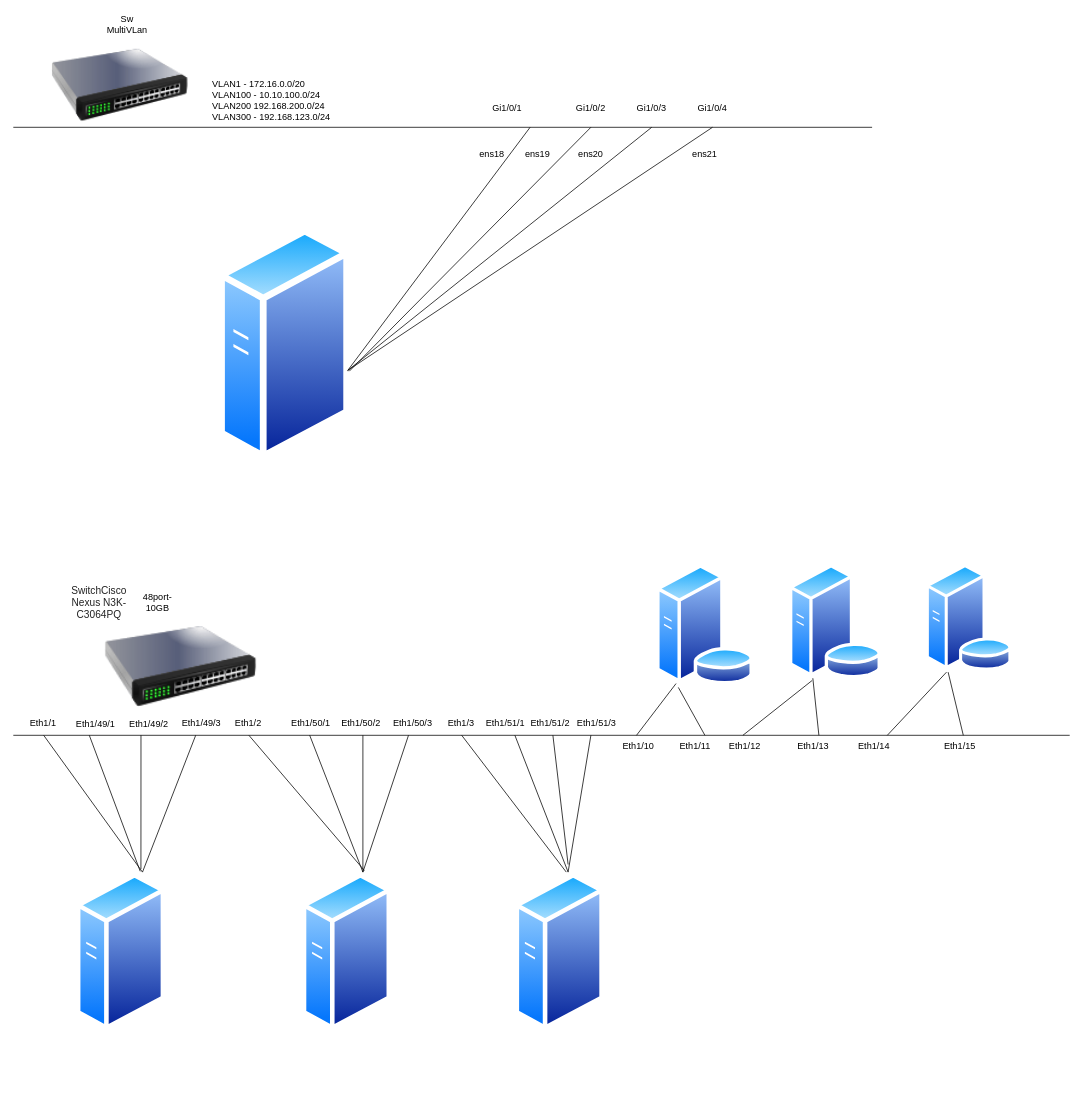
Earlier version of the draw.io diagram Ảo Hóa/KVM/KVM-Ubuntu22.04.drawio (tudv1989/THUCTAPNHANHOA2025-HATANG). Source tidied: cells renumbered, new cells numbered last; positions are measured from the earlier drawing's top-left corner, leaving out a move shared by most shapes. Both pictures are drawn from the tidied source at 76%, with x=0, y=0 at pixel (13, 13).
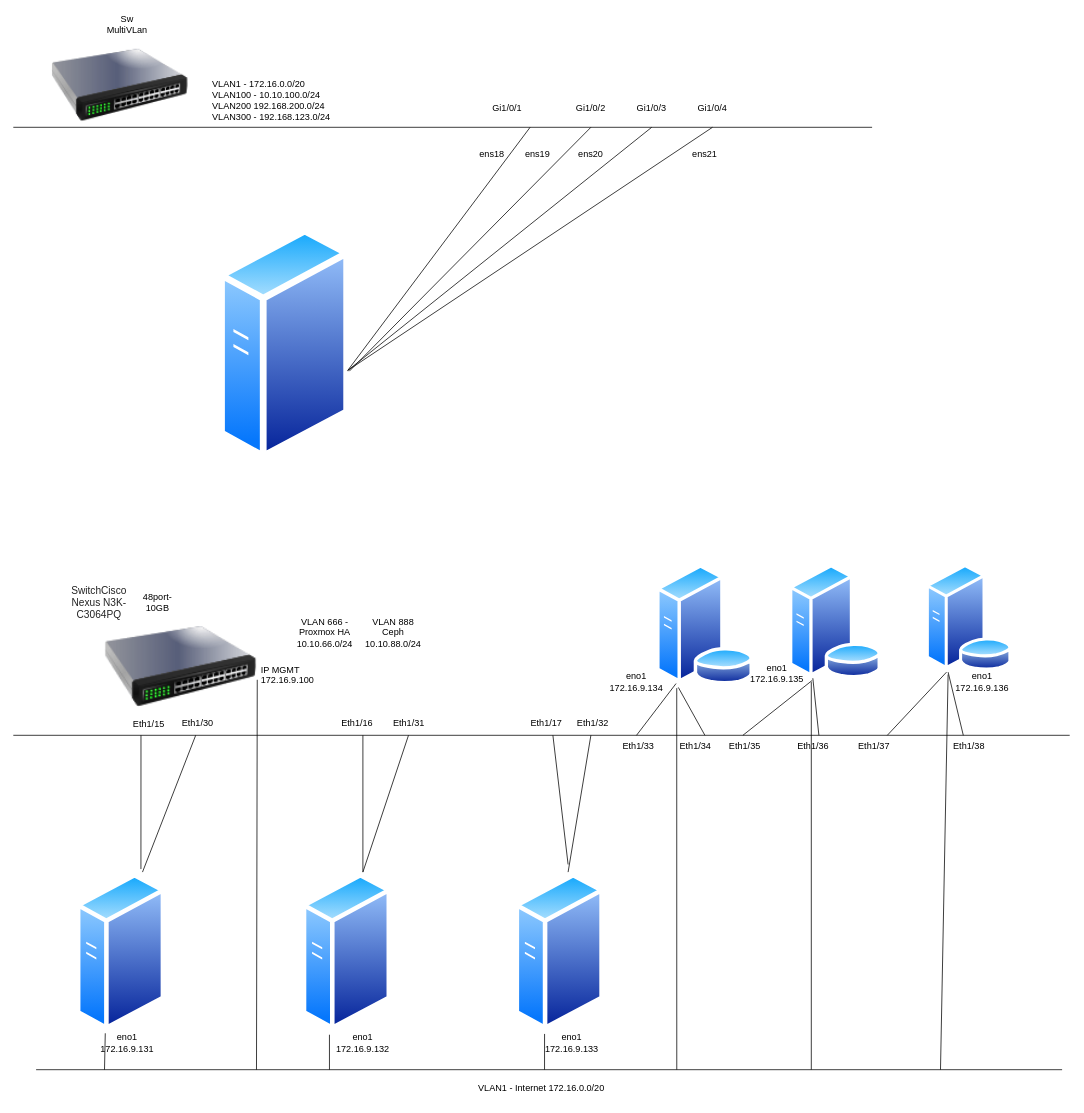
The same diagram, later.

The change refers to these unchanged cells:
```xml
<mxCell id="19" style="image;html=1;image=img/lib/clip_art/networking/Switch_128x128.png;" parent="1" vertex="1">
  <mxGeometry x="120" y="780" width="200" height="160" as="geometry" />
</mxCell>
<mxCell id="22" style="image;perimeter=ellipsePerimeter;html=1;align=center;shadow=0;dashed=0;spacingTop=3;image=img/lib/active_directory/generic_server.svg;" parent="1" vertex="1">
  <mxGeometry x="82.8" y="1130" width="117.6" height="210" as="geometry" />
</mxCell>
<mxCell id="23" style="image;perimeter=ellipsePerimeter;html=1;align=center;shadow=0;dashed=0;spacingTop=3;image=img/lib/active_directory/database_server.svg;" parent="1" vertex="1">
  <mxGeometry x="845" y="725" width="130" height="158.5" as="geometry" />
</mxCell>
<mxCell id="26" style="image;perimeter=ellipsePerimeter;html=1;align=center;shadow=0;dashed=0;spacingTop=3;image=img/lib/active_directory/generic_server.svg;" parent="1" vertex="1">
  <mxGeometry x="380" y="1130" width="117.6" height="210" as="geometry" />
</mxCell>
<mxCell id="27" style="image;perimeter=ellipsePerimeter;html=1;align=center;shadow=0;dashed=0;spacingTop=3;image=img/lib/active_directory/generic_server.svg;" parent="1" vertex="1">
  <mxGeometry x="660" y="1130" width="117.6" height="210" as="geometry" />
</mxCell>
```

Change to the diagram source:
```diff
@@
-    <mxCell id="34" style="endArrow=none;html=1;rounded=0;exitX=0.716;exitY=-0.005;exitDx=0;exitDy=0;exitPerimeter=0;" parent="1" edge="1" source="22">
-      <mxGeometry relative="1" as="geometry">
-        <mxPoint x="100" y="950" as="targetPoint" />
-      </mxGeometry>
-    </mxCell>
@@
-    <mxCell id="37" style="endArrow=none;html=1;rounded=0;entryX=0.741;entryY=0;entryDx=0;entryDy=0;entryPerimeter=0;" parent="1" edge="1" target="22">
-      <mxGeometry relative="1" as="geometry">
-        <mxPoint x="40" y="950" as="sourcePoint" />
-      </mxGeometry>
-    </mxCell>
-    <mxCell id="38" style="endArrow=none;html=1;rounded=0;exitX=0.697;exitY=-0.01;exitDx=0;exitDy=0;exitPerimeter=0;" parent="1" edge="1" source="26">
-      <mxGeometry relative="1" as="geometry">
-        <mxPoint x="310" y="950" as="targetPoint" />
-      </mxGeometry>
-    </mxCell>
-    <mxCell id="39" style="endArrow=none;html=1;rounded=0;" parent="1" edge="1">
-      <mxGeometry relative="1" as="geometry">
-        <mxPoint x="460" y="1130" as="sourcePoint" />
-        <mxPoint x="390" y="950" as="targetPoint" />
-      </mxGeometry>
-    </mxCell>
@@
-    <mxCell id="42" style="endArrow=none;html=1;rounded=0;exitX=0.575;exitY=0;exitDx=0;exitDy=0;exitPerimeter=0;" parent="1" edge="1" source="27">
-      <mxGeometry relative="1" as="geometry">
-        <mxPoint x="590" y="950" as="targetPoint" />
-      </mxGeometry>
-    </mxCell>
-    <mxCell id="43" style="endArrow=none;html=1;rounded=0;" parent="1" edge="1">
-      <mxGeometry relative="1" as="geometry">
-        <mxPoint x="730" y="1130" as="sourcePoint" />
-        <mxPoint x="660" y="950" as="targetPoint" />
-      </mxGeometry>
-    </mxCell>
@@
-    <mxCell id="47" value="Eth1/49/1" style="text;html=1;align=center;verticalAlign=middle;strokeColor=none;fillColor=none;" parent="1" vertex="1">
-      <mxGeometry x="72.8" y="920" width="70" height="30" as="geometry" />
-    </mxCell>
-    <mxCell id="48" value="Eth1/49/2" style="text;html=1;align=center;verticalAlign=middle;strokeColor=none;fillColor=none;" parent="1" vertex="1">
-      <mxGeometry x="142.8" y="920" width="70" height="30" as="geometry" />
+    <mxCell id="48" value="Eth1/15" style="text;html=1;align=center;verticalAlign=middle;strokeColor=none;fillColor=none;" parent="1" vertex="1">
+      <mxGeometry x="147.8" y="920" width="60" height="30" as="geometry" />
     </mxCell>
-    <mxCell id="49" value="Eth1/49/3" style="text;whiteSpace=wrap;html=1;" parent="1" vertex="1">
+    <mxCell id="49" value="Eth1/30" style="text;whiteSpace=wrap;html=1;" parent="1" vertex="1">
       <mxGeometry x="220" y="920" width="80" height="40" as="geometry" />
     </mxCell>
-    <mxCell id="50" value="Eth1/50/1" style="text;whiteSpace=wrap;html=1;" parent="1" vertex="1">
-      <mxGeometry x="363.6" y="920" width="80" height="20" as="geometry" />
-    </mxCell>
-    <mxCell id="51" value="Eth1/50/2" style="text;whiteSpace=wrap;html=1;" parent="1" vertex="1">
+    <mxCell id="51" value="Eth1/16" style="text;whiteSpace=wrap;html=1;" parent="1" vertex="1">
       <mxGeometry x="430" y="920" width="80" height="40" as="geometry" />
     </mxCell>
-    <mxCell id="52" value="Eth1/50/3" style="text;whiteSpace=wrap;html=1;" parent="1" vertex="1">
+    <mxCell id="52" value="Eth1/31" style="text;whiteSpace=wrap;html=1;" parent="1" vertex="1">
       <mxGeometry x="497.6" y="920" width="80" height="40" as="geometry" />
     </mxCell>
-    <mxCell id="53" value="Eth1/51/1" style="text;whiteSpace=wrap;html=1;" parent="1" vertex="1">
-      <mxGeometry x="620" y="920" width="80" height="40" as="geometry" />
-    </mxCell>
-    <mxCell id="54" value="Eth1/51/2" style="text;whiteSpace=wrap;html=1;" parent="1" vertex="1">
+    <mxCell id="54" value="Eth1/17" style="text;whiteSpace=wrap;html=1;" parent="1" vertex="1">
       <mxGeometry x="678.8" y="920" width="80" height="40" as="geometry" />
     </mxCell>
-    <mxCell id="55" value="Eth1/51/3" style="text;whiteSpace=wrap;html=1;" parent="1" vertex="1">
+    <mxCell id="55" value="Eth1/32" style="text;whiteSpace=wrap;html=1;" parent="1" vertex="1">
       <mxGeometry x="740" y="920" width="80" height="40" as="geometry" />
     </mxCell>
-    <mxCell id="56" value="Eth1/1" style="text;whiteSpace=wrap;html=1;" parent="1" vertex="1">
-      <mxGeometry x="20" y="920" width="70" height="40" as="geometry" />
-    </mxCell>
-    <mxCell id="57" value="Eth1/2" style="text;whiteSpace=wrap;html=1;" parent="1" vertex="1">
-      <mxGeometry x="290" y="920" width="70" height="40" as="geometry" />
-    </mxCell>
-    <mxCell id="58" value="Eth1/3" style="text;whiteSpace=wrap;html=1;" parent="1" vertex="1">
-      <mxGeometry x="570" y="920" width="70" height="40" as="geometry" />
-    </mxCell>
-    <mxCell id="59" value="Eth1/10" style="text;whiteSpace=wrap;html=1;" parent="1" vertex="1">
+    <mxCell id="59" value="Eth1/33" style="text;whiteSpace=wrap;html=1;" parent="1" vertex="1">
       <mxGeometry x="800" y="950" width="70" height="40" as="geometry" />
     </mxCell>
-    <mxCell id="60" value="Eth1/11" style="text;whiteSpace=wrap;html=1;" parent="1" vertex="1">
+    <mxCell id="60" value="Eth1/34" style="text;whiteSpace=wrap;html=1;" parent="1" vertex="1">
       <mxGeometry x="875" y="950" width="70" height="40" as="geometry" />
     </mxCell>
-    <mxCell id="61" value="Eth1/12" style="text;whiteSpace=wrap;html=1;" parent="1" vertex="1">
+    <mxCell id="61" value="Eth1/35" style="text;whiteSpace=wrap;html=1;" parent="1" vertex="1">
       <mxGeometry x="940" y="950" width="70" height="40" as="geometry" />
     </mxCell>
-    <mxCell id="62" value="Eth1/13" style="text;whiteSpace=wrap;html=1;" parent="1" vertex="1">
+    <mxCell id="62" value="Eth1/36" style="text;whiteSpace=wrap;html=1;" parent="1" vertex="1">
       <mxGeometry x="1030" y="950" width="70" height="40" as="geometry" />
     </mxCell>
-    <mxCell id="63" value="Eth1/14" style="text;whiteSpace=wrap;html=1;" parent="1" vertex="1">
+    <mxCell id="63" value="Eth1/37" style="text;whiteSpace=wrap;html=1;" parent="1" vertex="1">
       <mxGeometry x="1110" y="950" width="70" height="40" as="geometry" />
     </mxCell>
-    <mxCell id="64" value="Eth1/15" style="text;whiteSpace=wrap;html=1;" parent="1" vertex="1">
-      <mxGeometry x="1222.5" y="950" width="70" height="40" as="geometry" />
+    <mxCell id="64" value="Eth1/38" style="text;whiteSpace=wrap;html=1;" parent="1" vertex="1">
+      <mxGeometry x="1235" y="950" width="70" height="40" as="geometry" />
     </mxCell>
+    <mxCell id="65" style="endArrow=none;html=1;rounded=0;" parent="1" edge="1">
+      <mxGeometry relative="1" as="geometry">
+        <mxPoint x="30" y="1390" as="sourcePoint" />
+        <mxPoint x="1380" y="1390" as="targetPoint" />
+      </mxGeometry>
+    </mxCell>
+    <mxCell id="66" value="VLAN 666 -Proxmox HA 10.10.66.0/24" style="text;html=1;align=center;verticalAlign=middle;whiteSpace=wrap;rounded=0;" parent="1" vertex="1">
+      <mxGeometry x="380" y="800" width="60" height="30" as="geometry" />
+    </mxCell>
+    <mxCell id="67" value="VLAN 888 Ceph 10.10.88.0/24" style="text;html=1;align=center;verticalAlign=middle;whiteSpace=wrap;rounded=0;" parent="1" vertex="1">
+      <mxGeometry x="470" y="800" width="60" height="30" as="geometry" />
+    </mxCell>
+    <mxCell id="68" value="VLAN1 - Internet 172.16.0.0/20" style="text;html=1;align=center;verticalAlign=middle;whiteSpace=wrap;rounded=0;" parent="1" vertex="1">
+      <mxGeometry x="570" y="1400" width="250" height="30" as="geometry" />
+    </mxCell>
+    <mxCell id="69" style="endArrow=none;html=1;rounded=0;entryX=0.325;entryY=1.01;entryDx=0;entryDy=0;entryPerimeter=0;" parent="1" edge="1" target="22">
+      <mxGeometry relative="1" as="geometry">
+        <mxPoint x="120" y="1390" as="sourcePoint" />
+      </mxGeometry>
+    </mxCell>
+    <mxCell id="70" style="endArrow=none;html=1;rounded=0;entryX=0.306;entryY=1.019;entryDx=0;entryDy=0;entryPerimeter=0;" parent="1" edge="1" target="26">
+      <mxGeometry relative="1" as="geometry">
+        <mxPoint x="416" y="1390" as="sourcePoint" />
+      </mxGeometry>
+    </mxCell>
+    <mxCell id="71" style="endArrow=none;html=1;rounded=0;entryX=0.332;entryY=1.014;entryDx=0;entryDy=0;entryPerimeter=0;" parent="1" edge="1" target="27">
+      <mxGeometry relative="1" as="geometry">
+        <mxPoint x="699" y="1390" as="sourcePoint" />
+      </mxGeometry>
+    </mxCell>
+    <mxCell id="72" style="endArrow=none;html=1;rounded=0;entryX=0.215;entryY=1.028;entryDx=0;entryDy=0;entryPerimeter=0;" parent="1" edge="1" target="23">
+      <mxGeometry relative="1" as="geometry">
+        <mxPoint x="873" y="1390" as="sourcePoint" />
+      </mxGeometry>
+    </mxCell>
+    <mxCell id="73" style="endArrow=none;html=1;rounded=0;" parent="1" edge="1">
+      <mxGeometry relative="1" as="geometry">
+        <mxPoint x="1050" y="1390" as="sourcePoint" />
+        <mxPoint x="1050" y="880" as="targetPoint" />
+      </mxGeometry>
+    </mxCell>
+    <mxCell id="74" style="endArrow=none;html=1;rounded=0;" parent="1" edge="1">
+      <mxGeometry relative="1" as="geometry">
+        <mxPoint x="1220" y="1390" as="sourcePoint" />
+        <mxPoint x="1230" y="870" as="targetPoint" />
+      </mxGeometry>
+    </mxCell>
+    <mxCell id="75" value="eno1 172.16.9.131" style="text;html=1;align=center;verticalAlign=middle;whiteSpace=wrap;rounded=0;" parent="1" vertex="1">
+      <mxGeometry x="120" y="1340" width="60" height="30" as="geometry" />
+    </mxCell>
+    <mxCell id="76" value="eno1 172.16.9.132" style="text;html=1;align=center;verticalAlign=middle;whiteSpace=wrap;rounded=0;" parent="1" vertex="1">
+      <mxGeometry x="430" y="1340" width="60" height="30" as="geometry" />
+    </mxCell>
+    <mxCell id="77" value="eno1 172.16.9.133" style="text;html=1;align=center;verticalAlign=middle;whiteSpace=wrap;rounded=0;" parent="1" vertex="1">
+      <mxGeometry x="705" y="1340" width="60" height="30" as="geometry" />
+    </mxCell>
+    <mxCell id="78" value="eno1 172.16.9.134" style="text;html=1;align=center;verticalAlign=middle;whiteSpace=wrap;rounded=0;" parent="1" vertex="1">
+      <mxGeometry x="790" y="865.2" width="60" height="30" as="geometry" />
+    </mxCell>
+    <mxCell id="79" value="eno1 172.16.9.135" style="text;html=1;align=center;verticalAlign=middle;whiteSpace=wrap;rounded=0;" parent="1" vertex="1">
+      <mxGeometry x="975" y="853.5" width="60" height="30" as="geometry" />
+    </mxCell>
+    <mxCell id="80" value="eno1 172.16.9.136" style="text;html=1;align=center;verticalAlign=middle;whiteSpace=wrap;rounded=0;" parent="1" vertex="1">
+      <mxGeometry x="1245" y="865.2" width="60" height="30" as="geometry" />
+    </mxCell>
+    <mxCell id="81" value="IP MGMT 172.16.9.100" style="text;strokeColor=none;fillColor=none;align=left;verticalAlign=middle;spacingLeft=4;spacingRight=4;overflow=hidden;whiteSpace=wrap;html=1;" parent="1" vertex="1">
+      <mxGeometry x="320" y="853.5" width="80" height="30" as="geometry" />
+    </mxCell>
+    <mxCell id="82" style="endArrow=none;html=1;rounded=0;entryX=1.005;entryY=0.606;entryDx=0;entryDy=0;entryPerimeter=0;" parent="1" edge="1" target="19">
+      <mxGeometry relative="1" as="geometry">
+        <mxPoint x="320" y="1390" as="sourcePoint" />
+      </mxGeometry>
+    </mxCell>
```
